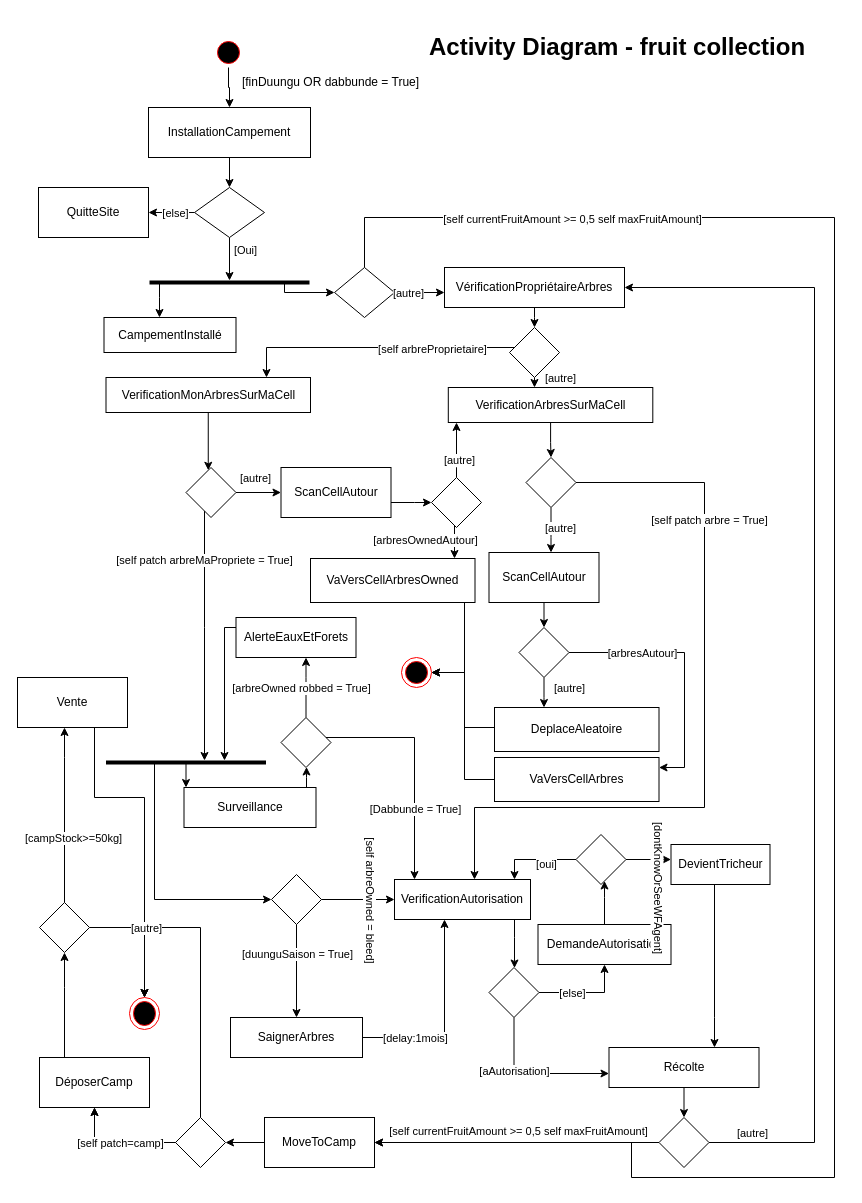
Earlier version of the draw.io diagram page "Fruit_collect" (6 of 6) of DundiV0.drawio (panchovdl/DundiModel). Source tidied: cells renumbered, new cells numbered last; positions are measured from the earlier drawing's top-left corner, leaving out a move shared by most shapes. Both pictures are drawn from the tidied source at 100%, with x=0, y=0 at pixel (17, 27).
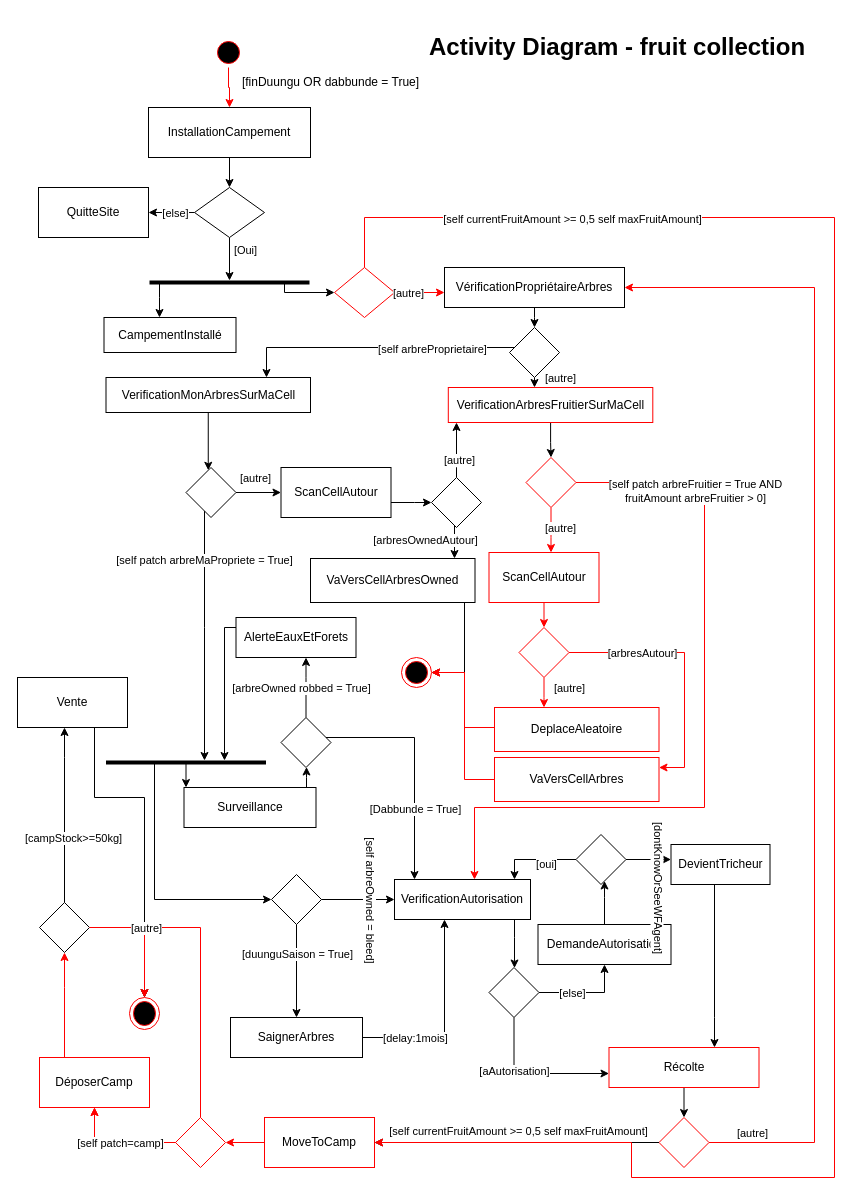
After the change.

The change refers to these unchanged cells:
```xml
<mxCell id="8" value="InstallationCampement" style="html=1;whiteSpace=wrap;" parent="1" vertex="1">
  <mxGeometry x="131" y="80" width="162" height="50" as="geometry" />
</mxCell>
<mxCell id="15" style="ellipse;html=1;shape=endState;fillColor=#000000;strokeColor=#ff0000;" parent="1" vertex="1">
  <mxGeometry x="112" y="970" width="30" height="32" as="geometry" />
</mxCell>
<mxCell id="16" style="ellipse;html=1;shape=startState;fillColor=#000000;strokeColor=#ff0000;" parent="1" vertex="1">
  <mxGeometry x="196" y="10" width="30" height="30" as="geometry" />
</mxCell>
<mxCell id="26" value="VerificationAutorisation" style="html=1;whiteSpace=wrap;" parent="1" vertex="1">
  <mxGeometry x="377" y="852" width="136" height="40" as="geometry" />
</mxCell>
<mxCell id="59" style="edgeStyle=orthogonalEdgeStyle;rounded=0;jettySize=auto;html=1;" parent="1" edge="1" source="57" target="26">
  <mxGeometry relative="1" as="geometry">
    <Array as="points">
      <mxPoint x="427" y="1010" />
    </Array>
  </mxGeometry>
</mxCell>
<mxCell id="83" style="rhombus;whiteSpace=wrap;html=1;" parent="1" vertex="1">
  <mxGeometry x="22" y="875" width="50" height="50" as="geometry" />
</mxCell>
<mxCell id="95" value="VérificationPropriétaireArbres" style="html=1;whiteSpace=wrap;" parent="1" vertex="1">
  <mxGeometry x="427" y="240" width="180" height="40" as="geometry" />
</mxCell>
<mxCell id="120" style="ellipse;html=1;shape=endState;fillColor=#000000;strokeColor=#ff0000;" parent="1" vertex="1">
  <mxGeometry x="384" y="630" width="30" height="30" as="geometry" />
</mxCell>
```

The edit, as a diff of the source:
```diff
@@
-    <mxCell id="9" style="edgeStyle=orthogonalEdgeStyle;rounded=0;jettySize=auto;html=1;" parent="1" edge="1" source="10" target="22">
+    <mxCell id="9" style="edgeStyle=orthogonalEdgeStyle;rounded=0;jettySize=auto;html=1;strokeColor=#FF0000;" parent="1" edge="1" source="10" target="22">
       <mxGeometry relative="1" as="geometry">
         <Array as="points">
           <mxPoint x="207" y="1115" />
           <mxPoint x="207" y="1115" />
         </Array>
       </mxGeometry>
     </mxCell>
-    <mxCell id="10" value="MoveToCamp" style="html=1;whiteSpace=wrap;" parent="1" vertex="1">
+    <mxCell id="10" value="MoveToCamp" style="html=1;whiteSpace=wrap;strokeColor=#FF0000;" parent="1" vertex="1">
       <mxGeometry x="247" y="1090" width="110" height="50" as="geometry" />
     </mxCell>
@@
-    <mxCell id="12" style="edgeStyle=orthogonalEdgeStyle;rounded=0;jettySize=auto;html=1;" parent="1" edge="1" source="16" target="8">
+    <mxCell id="12" style="edgeStyle=orthogonalEdgeStyle;rounded=0;jettySize=auto;html=1;strokeColor=#FF0000;" parent="1" edge="1" source="16" target="8">
       <mxGeometry relative="1" as="geometry" />
     </mxCell>
@@
-    <mxCell id="14" value="Récolte" style="html=1;whiteSpace=wrap;" parent="1" vertex="1">
+    <mxCell id="14" value="Récolte" style="html=1;whiteSpace=wrap;strokeColor=#FF0000;" parent="1" vertex="1">
       <mxGeometry x="591.5" y="1020" width="150" height="40" as="geometry" />
     </mxCell>
@@
-    <mxCell id="17" style="rhombus;whiteSpace=wrap;html=1;" parent="1" vertex="1">
+    <mxCell id="17" style="rhombus;whiteSpace=wrap;html=1;strokeColor=#FF0000;" parent="1" vertex="1">
       <mxGeometry x="641.5" y="1090" width="50" height="50" as="geometry" />
     </mxCell>
@@
-    <mxCell id="22" style="rhombus;whiteSpace=wrap;html=1;" parent="1" vertex="1">
+    <mxCell id="22" style="rhombus;whiteSpace=wrap;html=1;strokeColor=#FF0000;" parent="1" vertex="1">
       <mxGeometry x="158" y="1090" width="50" height="50" as="geometry" />
     </mxCell>
-    <mxCell id="23" style="edgeStyle=orthogonalEdgeStyle;rounded=0;jettySize=auto;html=1;" parent="1" edge="1" source="22" target="123">
+    <mxCell id="23" style="edgeStyle=orthogonalEdgeStyle;rounded=0;jettySize=auto;html=1;strokeColor=#FF0000;" parent="1" edge="1" source="22" target="123">
       <mxGeometry relative="1" as="geometry" />
     </mxCell>
-    <mxCell id="24" style="edgeStyle=orthogonalEdgeStyle;rounded=0;jettySize=auto;html=1;" parent="1" edge="1" source="123" target="83">
+    <mxCell id="24" style="edgeStyle=orthogonalEdgeStyle;rounded=0;jettySize=auto;html=1;strokeColor=#FF0000;" parent="1" edge="1" source="123" target="83">
       <mxGeometry relative="1" as="geometry">
         <Array as="points">
           <mxPoint x="47" y="960" />
           <mxPoint x="47" y="960" />
         </Array>
       </mxGeometry>
     </mxCell>
-    <mxCell id="25" style="edgeStyle=orthogonalEdgeStyle;rounded=0;jettySize=auto;html=1;" parent="1" edge="1" source="22" target="15">
+    <mxCell id="25" style="edgeStyle=orthogonalEdgeStyle;rounded=0;jettySize=auto;html=1;strokeColor=#FF0000;" parent="1" edge="1" source="22" target="15">
       <mxGeometry relative="1" as="geometry">
         <Array as="points">
           <mxPoint x="183" y="900" />
           <mxPoint x="127" y="900" />
         </Array>
       </mxGeometry>
     </mxCell>
@@
-    <mxCell id="60" value="[delay:1mois]" style="edgeLabel;html=1;align=center;verticalAlign=middle;" parent="59" vertex="1">
+    <mxCell id="60" value="[delay:1mois]" style="edgeLabel;html=1;align=center;verticalAlign=middle;strokeColor=#FF0000;" parent="59" vertex="1">
       <mxGeometry x="-0.69" y="3" relative="1" as="geometry">
         <mxPoint x="21" y="3" as="offset" />
       </mxGeometry>
     </mxCell>
@@
-    <mxCell id="74" style="edgeStyle=orthogonalEdgeStyle;rounded=0;jettySize=auto;html=1;" parent="1" edge="1" source="17" target="95">
+    <mxCell id="74" style="edgeStyle=orthogonalEdgeStyle;rounded=0;jettySize=auto;html=1;strokeColor=#FF0000;" parent="1" edge="1" source="17" target="95">
       <mxGeometry relative="1" as="geometry">
         <Array as="points">
           <mxPoint x="797" y="1115" />
           <mxPoint x="797" y="260" />
         </Array>
       </mxGeometry>
     </mxCell>
@@
-    <mxCell id="76" style="edgeStyle=orthogonalEdgeStyle;rounded=0;jettySize=auto;html=1;" parent="1" edge="1" source="108" target="110">
+    <mxCell id="76" style="edgeStyle=orthogonalEdgeStyle;rounded=0;jettySize=auto;html=1;strokeColor=#FF0000;" parent="1" edge="1" source="108" target="110">
       <mxGeometry relative="1" as="geometry">
         <Array as="points">
           <mxPoint x="534" y="510" />
           <mxPoint x="534" y="510" />
         </Array>
       </mxGeometry>
     </mxCell>
-    <mxCell id="77" value="[autre]" style="edgeLabel;html=1;align=center;verticalAlign=middle;" parent="76" vertex="1">
+    <mxCell id="77" value="[autre]" style="edgeLabel;html=1;align=center;verticalAlign=middle;strokeColor=#FF0000;" parent="76" vertex="1">
       <mxGeometry x="-0.61" y="-1" relative="1" as="geometry">
         <mxPoint x="10" y="11" as="offset" />
       </mxGeometry>
     </mxCell>
-    <mxCell id="78" style="rhombus;whiteSpace=wrap;html=1;" parent="1" vertex="1">
+    <mxCell id="78" style="rhombus;whiteSpace=wrap;html=1;strokeColor=#FF0000;" parent="1" vertex="1">
       <mxGeometry x="317" y="240" width="60" height="50" as="geometry" />
     </mxCell>
-    <mxCell id="79" style="edgeStyle=orthogonalEdgeStyle;rounded=0;jettySize=auto;html=1;" parent="1" edge="1" source="78" target="10">
+    <mxCell id="79" style="edgeStyle=orthogonalEdgeStyle;rounded=0;jettySize=auto;html=1;strokeColor=#FF0000;" parent="1" edge="1" source="78" target="10">
       <mxGeometry relative="1" as="geometry">
         <Array as="points">
           <mxPoint x="347" y="190" />
           <mxPoint x="817" y="190" />
           <mxPoint x="817" y="1150" />
           <mxPoint x="614" y="1150" />
           <mxPoint x="614" y="1115" />
         </Array>
       </mxGeometry>
     </mxCell>
@@
-    <mxCell id="81" style="edgeStyle=orthogonalEdgeStyle;rounded=0;jettySize=auto;html=1;" parent="1" edge="1" source="78" target="95">
+    <mxCell id="81" style="edgeStyle=orthogonalEdgeStyle;rounded=0;jettySize=auto;html=1;strokeColor=#FF0000;" parent="1" edge="1" source="78" target="95">
       <mxGeometry relative="1" as="geometry">
         <Array as="points">
           <mxPoint x="347" y="280" />
         </Array>
       </mxGeometry>
     </mxCell>
@@
-    <mxCell id="88" style="edgeStyle=orthogonalEdgeStyle;rounded=0;jettySize=auto;html=1;" parent="1" edge="1" source="83" target="15">
+    <mxCell id="88" style="edgeStyle=orthogonalEdgeStyle;rounded=0;jettySize=auto;html=1;strokeColor=#FF0000;" parent="1" edge="1" source="83" target="15">
       <mxGeometry relative="1" as="geometry">
         <Array as="points">
           <mxPoint x="127" y="900" />
         </Array>
       </mxGeometry>
     </mxCell>
@@
-    <mxCell id="103" value="VerificationArbresSurMaCell" style="html=1;whiteSpace=wrap;" parent="1" vertex="1">
+    <mxCell id="103" value="VerificationArbresFruitierSurMaCell" style="html=1;whiteSpace=wrap;strokeColor=#FF0000;" parent="1" vertex="1">
       <mxGeometry x="430.8" y="360" width="204.5" height="35" as="geometry" />
     </mxCell>
@@
-    <mxCell id="106" style="edgeStyle=orthogonalEdgeStyle;rounded=0;jettySize=auto;html=1;" parent="1" edge="1" source="108" target="26">
+    <mxCell id="106" style="edgeStyle=orthogonalEdgeStyle;rounded=0;jettySize=auto;html=1;strokeColor=#FF0000;" parent="1" edge="1" source="108" target="26">
       <mxGeometry relative="1" as="geometry">
         <Array as="points">
           <mxPoint x="687" y="455" />
           <mxPoint x="687" y="780" />
           <mxPoint x="457" y="780" />
         </Array>
       </mxGeometry>
     </mxCell>
-    <mxCell id="107" value="[self patch arbre = True]" style="edgeLabel;html=1;align=center;verticalAlign=middle;" parent="106" vertex="1">
-      <mxGeometry x="-0.56" y="4" relative="1" as="geometry" />
+    <mxCell id="107" value="[self patch arbreFruitier = True AND &lt;br&gt;fruitAmount arbreFruitier &amp;gt; 0]" style="edgeLabel;html=1;align=center;verticalAlign=middle;" parent="106" vertex="1">
+      <mxGeometry x="-0.56" y="4" relative="1" as="geometry">
+        <mxPoint x="-14" y="-29" as="offset" />
+      </mxGeometry>
     </mxCell>
-    <mxCell id="108" style="rhombus;whiteSpace=wrap;html=1;" parent="1" vertex="1">
+    <mxCell id="108" style="rhombus;whiteSpace=wrap;html=1;strokeColor=#FF0000;" parent="1" vertex="1">
       <mxGeometry x="508.5" y="430" width="50" height="50" as="geometry" />
     </mxCell>
-    <mxCell id="109" style="edgeStyle=orthogonalEdgeStyle;rounded=0;jettySize=auto;html=1;" parent="1" edge="1" source="110" target="115">
+    <mxCell id="109" style="edgeStyle=orthogonalEdgeStyle;rounded=0;jettySize=auto;html=1;strokeColor=#FF0000;" parent="1" edge="1" source="110" target="115">
       <mxGeometry relative="1" as="geometry">
         <Array as="points">
           <mxPoint x="527" y="550" />
           <mxPoint x="527" y="625" />
         </Array>
       </mxGeometry>
     </mxCell>
-    <mxCell id="110" value="ScanCellAutour" style="html=1;whiteSpace=wrap;" parent="1" vertex="1">
+    <mxCell id="110" value="ScanCellAutour" style="html=1;whiteSpace=wrap;strokeColor=#FF0000;" parent="1" vertex="1">
       <mxGeometry x="471.5" y="525" width="110" height="50" as="geometry" />
     </mxCell>
-    <mxCell id="111" style="edgeStyle=orthogonalEdgeStyle;rounded=0;jettySize=auto;html=1;" parent="1" edge="1" source="115" target="119">
+    <mxCell id="111" style="edgeStyle=orthogonalEdgeStyle;rounded=0;jettySize=auto;html=1;strokeColor=#FF0000;" parent="1" edge="1" source="115" target="119">
       <mxGeometry relative="1" as="geometry">
         <Array as="points">
           <mxPoint x="527" y="670" />
           <mxPoint x="527" y="670" />
         </Array>
       </mxGeometry>
     </mxCell>
-    <mxCell id="112" value="[autre]" style="edgeLabel;html=1;align=center;verticalAlign=middle;" parent="111" vertex="1">
+    <mxCell id="112" value="[autre]" style="edgeLabel;html=1;align=center;verticalAlign=middle;strokeColor=#FF0000;" parent="111" vertex="1">
       <mxGeometry x="-0.3" y="2" relative="1" as="geometry">
         <mxPoint x="23" y="-1" as="offset" />
       </mxGeometry>
     </mxCell>
-    <mxCell id="113" style="edgeStyle=orthogonalEdgeStyle;rounded=0;jettySize=auto;html=1;" parent="1" edge="1" source="115" target="117">
+    <mxCell id="113" style="edgeStyle=orthogonalEdgeStyle;rounded=0;jettySize=auto;html=1;strokeColor=#FF0000;" parent="1" edge="1" source="115" target="117">
       <mxGeometry relative="1" as="geometry">
         <Array as="points">
           <mxPoint x="667" y="625" />
           <mxPoint x="667" y="740" />
         </Array>
       </mxGeometry>
     </mxCell>
-    <mxCell id="114" value="[arbresAutour]" style="edgeLabel;html=1;align=center;verticalAlign=middle;" parent="113" vertex="1">
+    <mxCell id="114" value="[arbresAutour]" style="edgeLabel;html=1;align=center;verticalAlign=middle;strokeColor=#FF0000;" parent="113" vertex="1">
       <mxGeometry x="-0.43" relative="1" as="geometry" />
     </mxCell>
-    <mxCell id="115" style="rhombus;whiteSpace=wrap;html=1;" parent="1" vertex="1">
+    <mxCell id="115" style="rhombus;whiteSpace=wrap;html=1;strokeColor=#FF0000;" parent="1" vertex="1">
       <mxGeometry x="501.5" y="600" width="50" height="50" as="geometry" />
     </mxCell>
-    <mxCell id="116" style="edgeStyle=orthogonalEdgeStyle;rounded=0;jettySize=auto;html=1;" parent="1" edge="1" source="117" target="120">
+    <mxCell id="116" style="edgeStyle=orthogonalEdgeStyle;rounded=0;jettySize=auto;html=1;strokeColor=#FF0000;" parent="1" edge="1" source="117" target="120">
       <mxGeometry relative="1" as="geometry">
         <Array as="points">
           <mxPoint x="447" y="752" />
           <mxPoint x="447" y="645" />
         </Array>
       </mxGeometry>
     </mxCell>
-    <mxCell id="117" value="VaVersCellArbres" style="html=1;whiteSpace=wrap;" parent="1" vertex="1">
+    <mxCell id="117" value="VaVersCellArbres" style="html=1;whiteSpace=wrap;strokeColor=#FF0000;" parent="1" vertex="1">
       <mxGeometry x="477" y="730" width="164.5" height="44" as="geometry" />
     </mxCell>
-    <mxCell id="118" style="edgeStyle=orthogonalEdgeStyle;rounded=0;jettySize=auto;html=1;" parent="1" edge="1" source="119" target="120">
+    <mxCell id="118" style="edgeStyle=orthogonalEdgeStyle;rounded=0;jettySize=auto;html=1;strokeColor=#FF0000;" parent="1" edge="1" source="119" target="120">
       <mxGeometry relative="1" as="geometry">
         <Array as="points">
           <mxPoint x="447" y="700" />
           <mxPoint x="447" y="645" />
         </Array>
       </mxGeometry>
     </mxCell>
-    <mxCell id="119" value="DeplaceAleatoire" style="html=1;whiteSpace=wrap;" parent="1" vertex="1">
+    <mxCell id="119" value="DeplaceAleatoire" style="html=1;whiteSpace=wrap;strokeColor=#FF0000;" parent="1" vertex="1">
       <mxGeometry x="477" y="680" width="164.5" height="44" as="geometry" />
     </mxCell>
@@
-    <mxCell id="121" style="edgeStyle=orthogonalEdgeStyle;rounded=0;jettySize=auto;html=1;" parent="1" edge="1" source="22" target="123">
+    <mxCell id="121" style="edgeStyle=orthogonalEdgeStyle;rounded=0;jettySize=auto;html=1;strokeColor=#FF0000;" parent="1" edge="1" source="22" target="123">
       <mxGeometry relative="1" as="geometry" />
     </mxCell>
-    <mxCell id="122" value="&lt;div&gt;[self patch=camp]&lt;br&gt;&lt;/div&gt;" style="edgeLabel;html=1;align=center;verticalAlign=middle;" parent="121" vertex="1">
+    <mxCell id="122" value="&lt;div&gt;[self patch=camp]&lt;br&gt;&lt;/div&gt;" style="edgeLabel;html=1;align=center;verticalAlign=middle;strokeColor=#FF0000;" parent="121" vertex="1">
       <mxGeometry x="0.17" y="3" relative="1" as="geometry">
         <mxPoint x="12" y="-3" as="offset" />
       </mxGeometry>
     </mxCell>
-    <mxCell id="123" value="DéposerCamp" style="html=1;whiteSpace=wrap;" parent="1" vertex="1">
+    <mxCell id="123" value="DéposerCamp" style="html=1;whiteSpace=wrap;strokeColor=#FF0000;" parent="1" vertex="1">
       <mxGeometry x="22" y="1030" width="110" height="50" as="geometry" />
     </mxCell>
```
